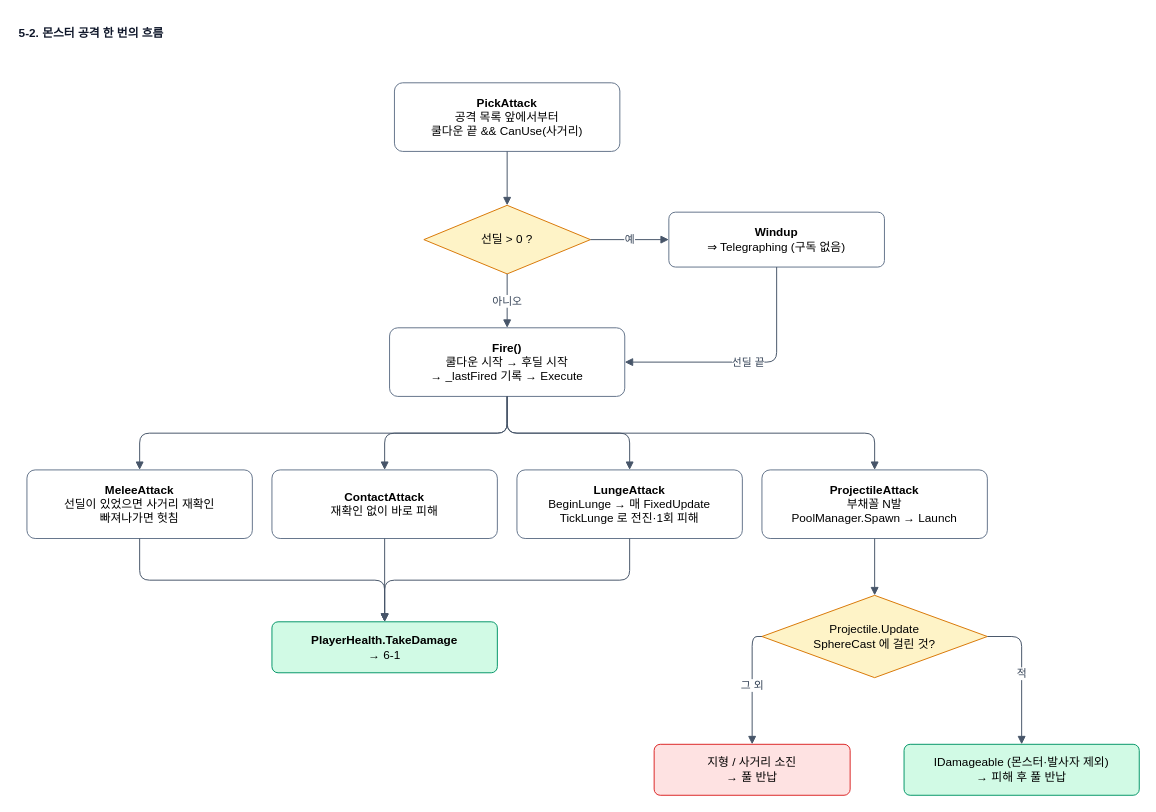
cafefolkblues-del/ForagerCP keeps this draw.io diagram as page "09 몬스터 공격 실행" (10 of 23) of docs/logic_map/LOGIC_MAP.drawio. Above is the earlier version. Source tidied: cells renumbered, new cells numbered last; positions are measured from the earlier drawing's top-left corner, leaving out a move shared by most shapes. Both pictures are drawn from the tidied source at 98%, with x=0, y=0 at pixel (17, 17).
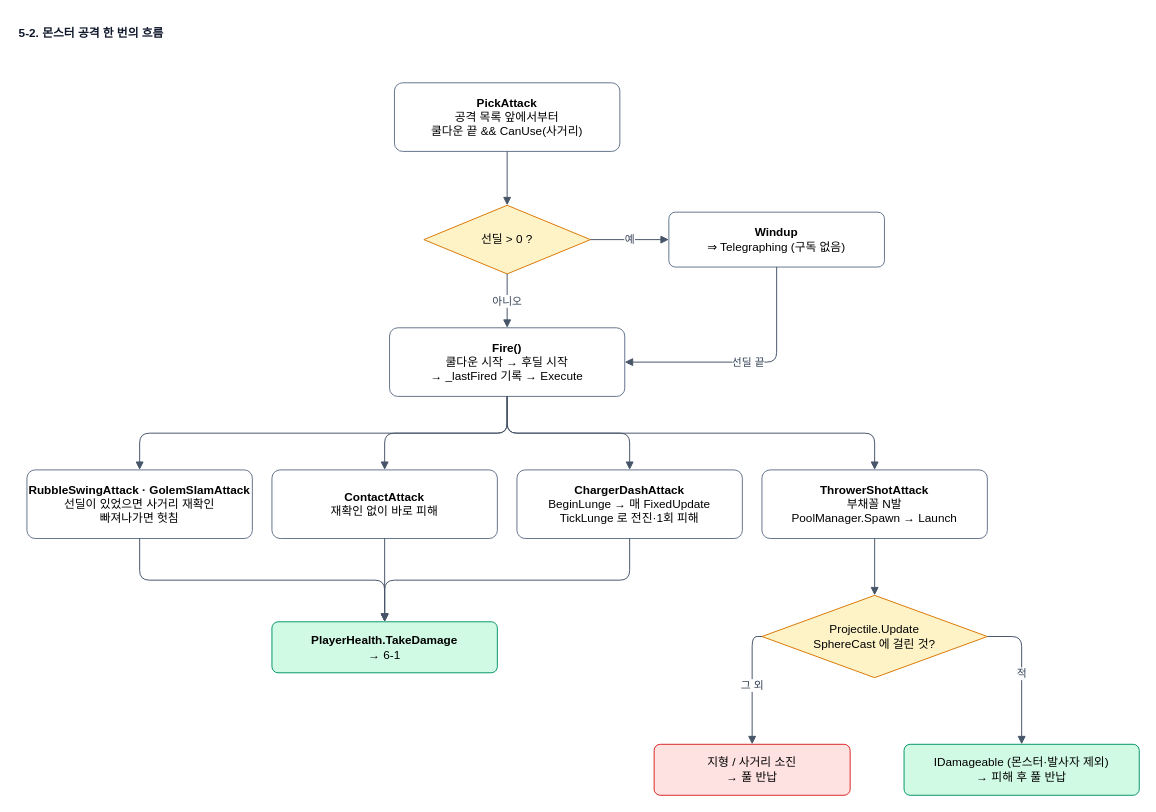
After the change.

What changed in the source:
```diff
@@
-    <mxCell id="11" value="&lt;b&gt;MeleeAttack&lt;/b&gt;&lt;br&gt;선딜이 있었으면 사거리 재확인&lt;br&gt;빠져나가면 헛침" style="rounded=1;arcSize=12;fillColor=#FFFFFF;strokeColor=#64748B;whiteSpace=wrap;html=1;fontFamily=Malgun Gothic;fontSize=12;" parent="1" vertex="1">
+    <mxCell id="11" value="&lt;b&gt;RubbleSwingAttack · GolemSlamAttack&lt;/b&gt;&lt;br&gt;선딜이 있었으면 사거리 재확인&lt;br&gt;빠져나가면 헛침" style="rounded=1;arcSize=12;fillColor=#FFFFFF;strokeColor=#64748B;whiteSpace=wrap;html=1;fontFamily=Malgun Gothic;fontSize=12;" parent="1" vertex="1">
       <mxGeometry x="10" y="462" width="230" height="70" as="geometry" />
     </mxCell>
@@
-    <mxCell id="15" value="&lt;b&gt;LungeAttack&lt;/b&gt;&lt;br&gt;BeginLunge → 매 FixedUpdate&lt;br&gt;TickLunge 로 전진·1회 피해" style="rounded=1;arcSize=12;fillColor=#FFFFFF;strokeColor=#64748B;whiteSpace=wrap;html=1;fontFamily=Malgun Gothic;fontSize=12;" parent="1" vertex="1">
+    <mxCell id="15" value="&lt;b&gt;ChargerDashAttack&lt;/b&gt;&lt;br&gt;BeginLunge → 매 FixedUpdate&lt;br&gt;TickLunge 로 전진·1회 피해" style="rounded=1;arcSize=12;fillColor=#FFFFFF;strokeColor=#64748B;whiteSpace=wrap;html=1;fontFamily=Malgun Gothic;fontSize=12;" parent="1" vertex="1">
       <mxGeometry x="510" y="462" width="230" height="70" as="geometry" />
     </mxCell>
@@
-    <mxCell id="17" value="&lt;b&gt;ProjectileAttack&lt;/b&gt;&lt;br&gt;부채꼴 N발&lt;br&gt;PoolManager.Spawn → Launch" style="rounded=1;arcSize=12;fillColor=#FFFFFF;strokeColor=#64748B;whiteSpace=wrap;html=1;fontFamily=Malgun Gothic;fontSize=12;" parent="1" vertex="1">
+    <mxCell id="17" value="&lt;b&gt;ThrowerShotAttack&lt;/b&gt;&lt;br&gt;부채꼴 N발&lt;br&gt;PoolManager.Spawn → Launch" style="rounded=1;arcSize=12;fillColor=#FFFFFF;strokeColor=#64748B;whiteSpace=wrap;html=1;fontFamily=Malgun Gothic;fontSize=12;" parent="1" vertex="1">
       <mxGeometry x="760" y="462" width="230" height="70" as="geometry" />
     </mxCell>
```
